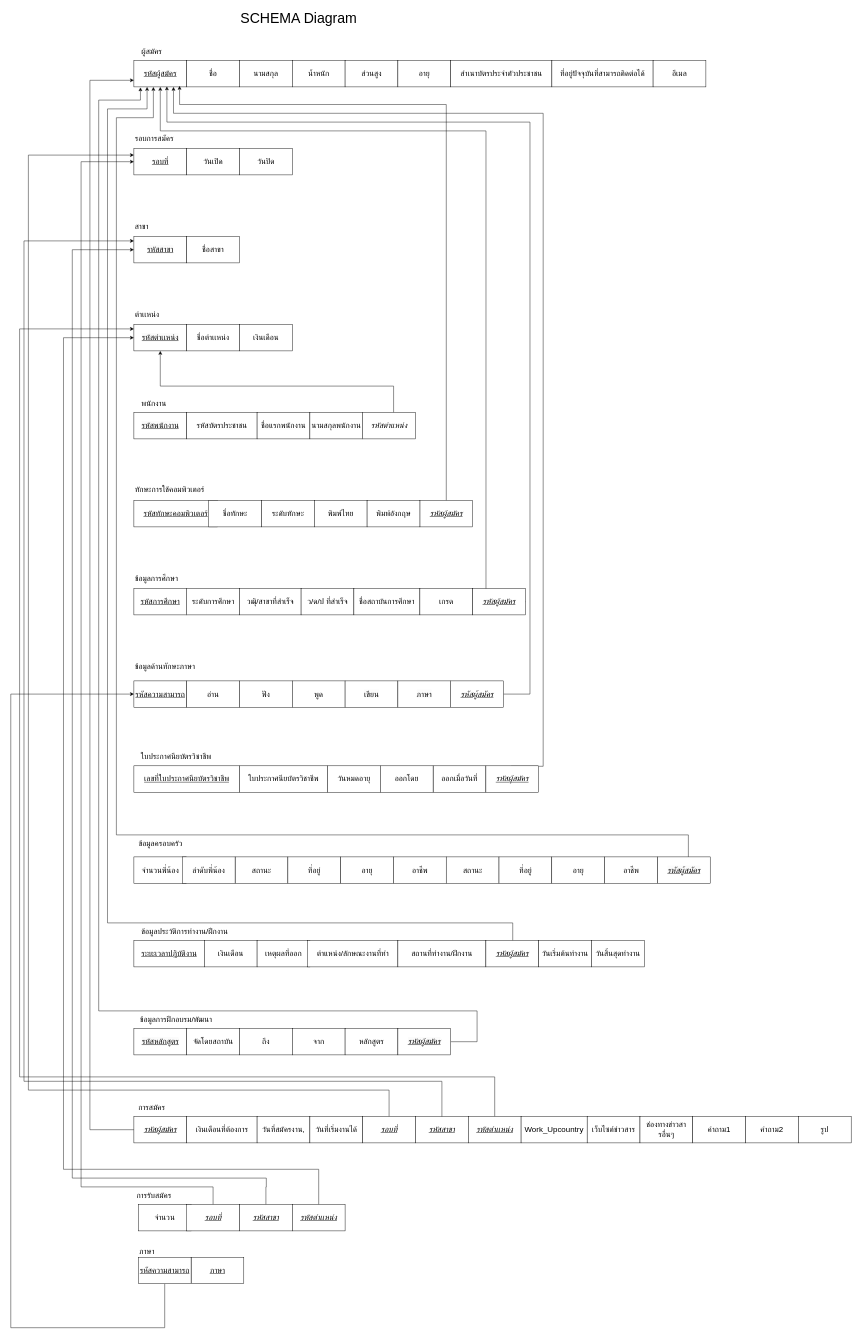
Above: page "Page-6" (6 of 7) of YZ.drawio in Exises/RandomSalt (draw.io), before the change. Source tidied: cells renumbered, new cells numbered last; positions are measured from the earlier drawing's top-left corner, leaving out a move shared by most shapes. Both pictures are drawn from the tidied source at 44%, with x=0, y=0 at pixel (11, 7).
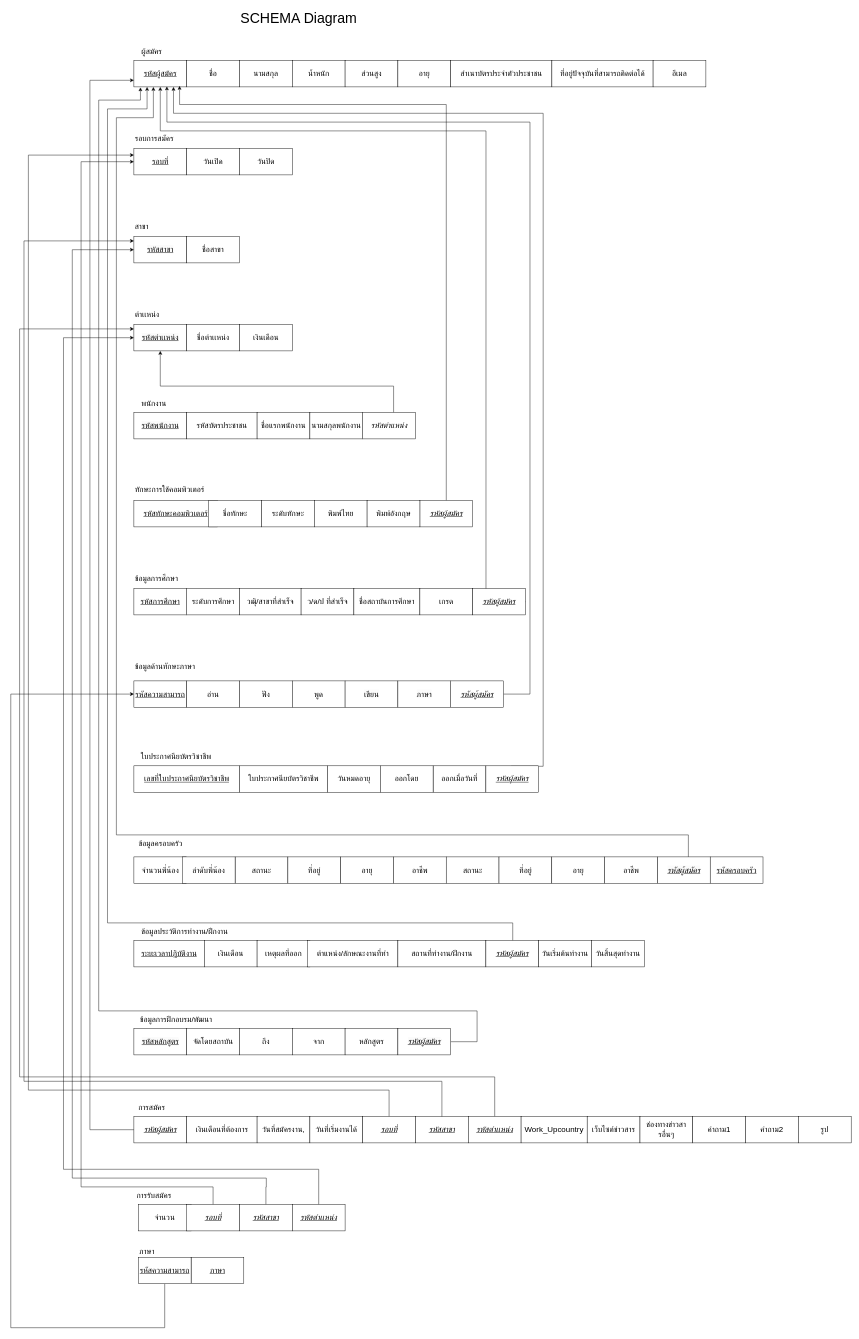
The same page after the edit.

Change to the diagram source:
```diff
@@
+    <mxCell id="127" value="&lt;u style=&quot;font-size: 18px;&quot;&gt;รหัสครอบครัว&lt;/u&gt;" style="rounded=0;whiteSpace=wrap;html=1;" parent="1" vertex="1">
+      <mxGeometry x="1589.6" y="1930" width="120" height="60" as="geometry" />
+    </mxCell>
```
